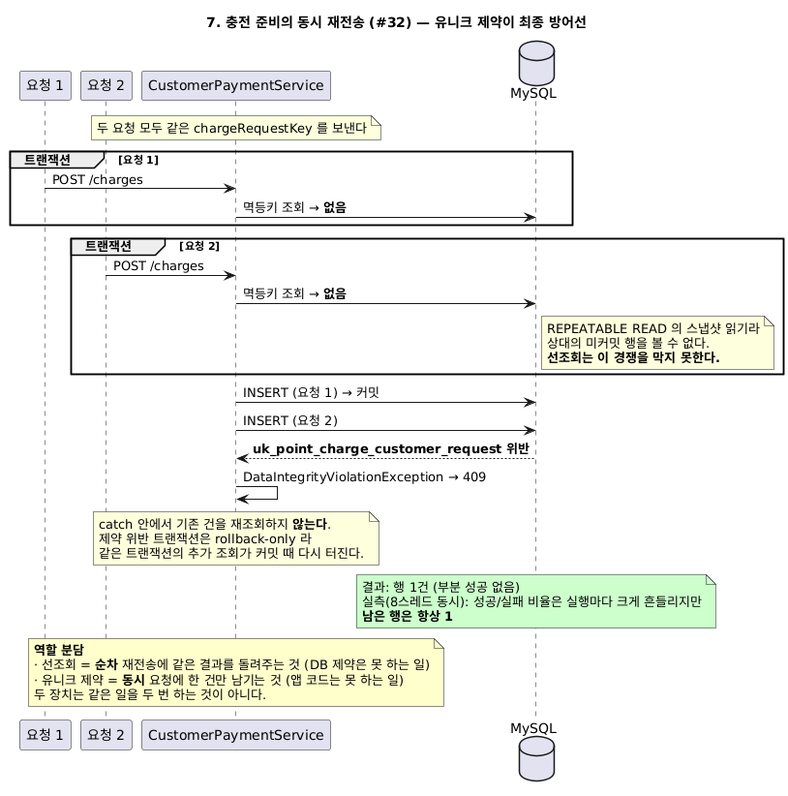
softeerbootcamp-8th/WEB-Team7-Turkey keeps this PlantUML diagram as docs/결제승인_관련_다이어그램/07-동시-준비요청.png. Above is the earlier version.
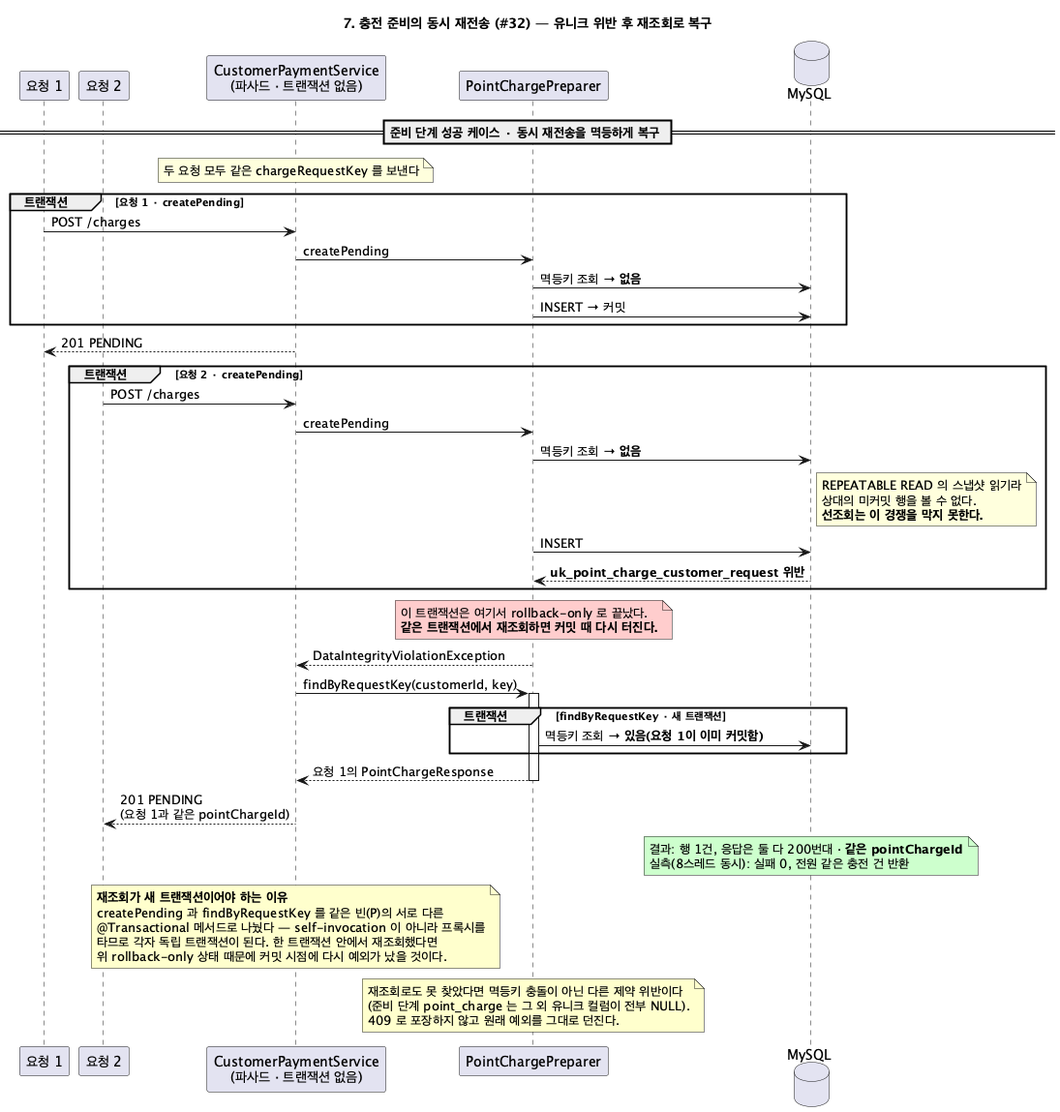
The same diagram one commit later.

The edit, as a diff of the source:
```diff
@@ -1,48 +1,66 @@
 @startuml 07-동시-준비요청
-title 7. 충전 준비의 동시 재전송 (#32) — 유니크 제약이 최종 방어선
+title 7. 충전 준비의 동시 재전송 (#32) — 유니크 위반 후 재조회로 복구
 
 participant "요청 1" as T1
 participant "요청 2" as T2
-participant "CustomerPaymentService" as S
+participant "CustomerPaymentService\n(파사드 · 트랜잭션 없음)" as S
+participant "PointChargePreparer" as P
 database "MySQL" as DB
 
+== 준비 단계 성공 케이스 · 동시 재전송을 멱등하게 복구 ==
 note over S: 두 요청 모두 같은 chargeRequestKey 를 보낸다
 
-group 트랜잭션 [요청 1]
+group 트랜잭션 [요청 1 · createPending]
   T1 -> S: POST /charges
-  S -> DB: 멱등키 조회 → <b>없음</b>
+  S -> P: createPending
+  P -> DB: 멱등키 조회 → <b>없음</b>
+  P -> DB: INSERT → 커밋
 end
-group 트랜잭션 [요청 2]
+S --> T1: 201 PENDING
+
+group 트랜잭션 [요청 2 · createPending]
   T2 -> S: POST /charges
-  S -> DB: 멱등키 조회 → <b>없음</b>
+  S -> P: createPending
+  P -> DB: 멱등키 조회 → <b>없음</b>
   note right of DB
     REPEATABLE READ 의 스냅샷 읽기라
     상대의 미커밋 행을 볼 수 없다.
     <b>선조회는 이 경쟁을 막지 못한다.</b>
   end note
+  P -> DB: INSERT
+  DB --> P: <b>uk_point_charge_customer_request 위반</b>
 end
+note over P #FFCCCC
+  이 트랜잭션은 여기서 rollback-only 로 끝났다.
+  <b>같은 트랜잭션에서 재조회하면 커밋 때 다시 터진다.</b>
+end note
+P --> S: DataIntegrityViolationException
 
-S -> DB: INSERT (요청 1) → 커밋
-S -> DB: INSERT (요청 2)
-DB --> S: <b>uk_point_charge_customer_request 위반</b>
-S -> S: DataIntegrityViolationException → 409
-
-note over S
-  catch 안에서 기존 건을 재조회하지 <b>않는다</b>.
-  제약 위반 트랜잭션은 rollback-only 라
-  같은 트랜잭션의 추가 조회가 커밋 때 다시 터진다.
-end note
+S -> P: findByRequestKey(customerId, key)
+activate P
+group 트랜잭션 [findByRequestKey · 새 트랜잭션]
+  P -> DB: 멱등키 조회 → <b>있음(요청 1이 이미 커밋함)</b>
+end
+P --> S: 요청 1의 PointChargeResponse
+deactivate P
+S --> T2: 201 PENDING\n(요청 1과 같은 pointChargeId)
 
 note over DB #CCFFCC
-  결과: 행 1건 (부분 성공 없음)
-  실측(8스레드 동시): 성공/실패 비율은 실행마다 크게 흔들리지만
-  <b>남은 행은 항상 1</b>
+  결과: 행 1건, 응답은 둘 다 200번대 · <b>같은 pointChargeId</b>
+  실측(8스레드 동시): 실패 0, 전원 같은 충전 건 반환
 end note
 
 note over S #FFFFCC
-  <b>역할 분담</b>
-  · 선조회 = <b>순차</b> 재전송에 같은 결과를 돌려주는 것 (DB 제약은 못 하는 일)
-  · 유니크 제약 = <b>동시</b> 요청에 한 건만 남기는 것 (앱 코드는 못 하는 일)
-  두 장치는 같은 일을 두 번 하는 것이 아니다.
+  <b>재조회가 새 트랜잭션이어야 하는 이유</b>
+  createPending 과 findByRequestKey 를 같은 빈(P)의 서로 다른
+  @Transactional 메서드로 나눴다 — self-invocation 이 아니라 프록시를
+  타므로 각자 독립 트랜잭션이 된다. 한 트랜잭션 안에서 재조회했다면
+  위 rollback-only 상태 때문에 커밋 시점에 다시 예외가 났을 것이다.
+end note
+
+note over P #FFFFCC
+  재조회로도 못 찾았다면 멱등키 충돌이 아닌 다른 제약 위반이다
+  (준비 단계 point_charge 는 그 외 유니크 컬럼이 전부 NULL).
+  409 로 포장하지 않고 원래 예외를 그대로 던진다.
 end note
 @enduml
```
